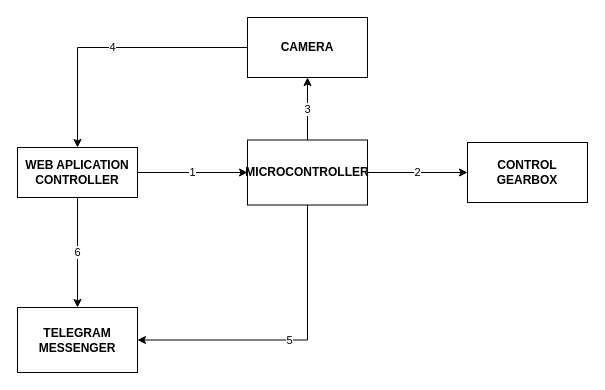
Before: BAB 3 METODE PENELITIAN - DIAGRAM.drawio in Andriansyah2501/Skripsi-Andrian, a draw.io diagram. Source tidied: cells renumbered, new cells numbered last; positions are measured from the earlier drawing's top-left corner, leaving out a move shared by most shapes. Both pictures are drawn from the tidied source at 100%, with x=0, y=0 at pixel (17, 17).
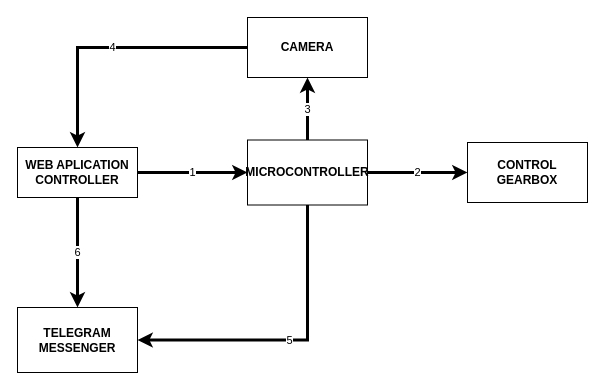
The same page after the edit.

What changed in the source:
```diff
@@
 <mxGraphModel>
   <root>
     <mxCell id="0" />
     <mxCell id="1" parent="0" />
-    <mxCell id="2" value="1" style="edgeStyle=orthogonalEdgeStyle;rounded=0;jettySize=auto;html=1;entryX=0;entryY=0.5;entryDx=0;entryDy=0;" parent="1" edge="1" source="4" target="8">
+    <mxCell id="2" value="1" style="edgeStyle=orthogonalEdgeStyle;rounded=0;jettySize=auto;html=1;entryX=0;entryY=0.5;entryDx=0;entryDy=0;strokeWidth=3;" parent="1" edge="1" source="4" target="8">
       <mxGeometry relative="1" as="geometry" />
     </mxCell>
-    <mxCell id="3" value="6" style="edgeStyle=orthogonalEdgeStyle;rounded=0;jettySize=auto;html=1;entryX=0.5;entryY=0;entryDx=0;entryDy=0;" parent="1" edge="1" source="4" target="11">
+    <mxCell id="3" value="6" style="edgeStyle=orthogonalEdgeStyle;rounded=0;jettySize=auto;html=1;entryX=0.5;entryY=0;entryDx=0;entryDy=0;strokeWidth=3;" parent="1" edge="1" source="4" target="11">
       <mxGeometry relative="1" as="geometry" />
     </mxCell>
     <mxCell id="4" value="&lt;b&gt;WEB APLICATION&lt;br&gt;CONTROLLER&lt;br&gt;&lt;/b&gt;" style="rounded=0;whiteSpace=wrap;html=1;" parent="1" vertex="1">
       <mxGeometry y="130" width="120" height="50" as="geometry" />
     </mxCell>
-    <mxCell id="5" value="3" style="edgeStyle=orthogonalEdgeStyle;rounded=0;jettySize=auto;html=1;" parent="1" edge="1" source="8" target="10">
+    <mxCell id="5" value="3" style="edgeStyle=orthogonalEdgeStyle;rounded=0;jettySize=auto;html=1;strokeWidth=3;" parent="1" edge="1" source="8" target="10">
       <mxGeometry relative="1" as="geometry" />
     </mxCell>
-    <mxCell id="6" value="2" style="edgeStyle=orthogonalEdgeStyle;rounded=0;jettySize=auto;html=1;entryX=0;entryY=0.5;entryDx=0;entryDy=0;" parent="1" edge="1" source="8" target="12">
+    <mxCell id="6" value="2" style="edgeStyle=orthogonalEdgeStyle;rounded=0;jettySize=auto;html=1;entryX=0;entryY=0.5;entryDx=0;entryDy=0;strokeWidth=3;" parent="1" edge="1" source="8" target="12">
       <mxGeometry relative="1" as="geometry" />
     </mxCell>
-    <mxCell id="7" value="5" style="edgeStyle=orthogonalEdgeStyle;rounded=0;jettySize=auto;html=1;entryX=1;entryY=0.5;entryDx=0;entryDy=0;" parent="1" edge="1" source="8" target="11">
+    <mxCell id="7" value="5" style="edgeStyle=orthogonalEdgeStyle;rounded=0;jettySize=auto;html=1;entryX=1;entryY=0.5;entryDx=0;entryDy=0;strokeWidth=3;" parent="1" edge="1" source="8" target="11">
       <mxGeometry relative="1" as="geometry">
         <Array as="points">
           <mxPoint x="290" y="323" />
           <mxPoint x="120" y="323" />
         </Array>
       </mxGeometry>
     </mxCell>
     <mxCell id="8" value="&lt;b&gt;MICROCONTROLLER&lt;/b&gt;" style="whiteSpace=wrap;html=1;rounded=0;" parent="1" vertex="1">
       <mxGeometry x="230" y="122.5" width="120" height="65" as="geometry" />
     </mxCell>
-    <mxCell id="9" value="4" style="edgeStyle=orthogonalEdgeStyle;rounded=0;jettySize=auto;html=1;entryX=0.5;entryY=0;entryDx=0;entryDy=0;" parent="1" edge="1" source="10" target="4">
+    <mxCell id="9" value="4" style="edgeStyle=orthogonalEdgeStyle;rounded=0;jettySize=auto;html=1;entryX=0.5;entryY=0;entryDx=0;entryDy=0;strokeWidth=3;" parent="1" edge="1" source="10" target="4">
       <mxGeometry relative="1" as="geometry" />
     </mxCell>
     <mxCell id="10" value="&lt;b&gt;CAMERA&lt;/b&gt;" style="whiteSpace=wrap;html=1;rounded=0;" parent="1" vertex="1">
       <mxGeometry x="230" width="120" height="60" as="geometry" />
     </mxCell>
     <mxCell id="11" value="&lt;b&gt;TELEGRAM&lt;br&gt;MESSENGER&lt;br&gt;&lt;/b&gt;" style="whiteSpace=wrap;html=1;rounded=0;" parent="1" vertex="1">
       <mxGeometry y="290" width="120" height="65" as="geometry" />
     </mxCell>
     <mxCell id="12" value="&lt;b&gt;CONTROL GEARBOX&lt;/b&gt;" style="whiteSpace=wrap;html=1;rounded=0;" parent="1" vertex="1">
       <mxGeometry x="450" y="125" width="120" height="60" as="geometry" />
     </mxCell>
   </root>
 </mxGraphModel>
```
